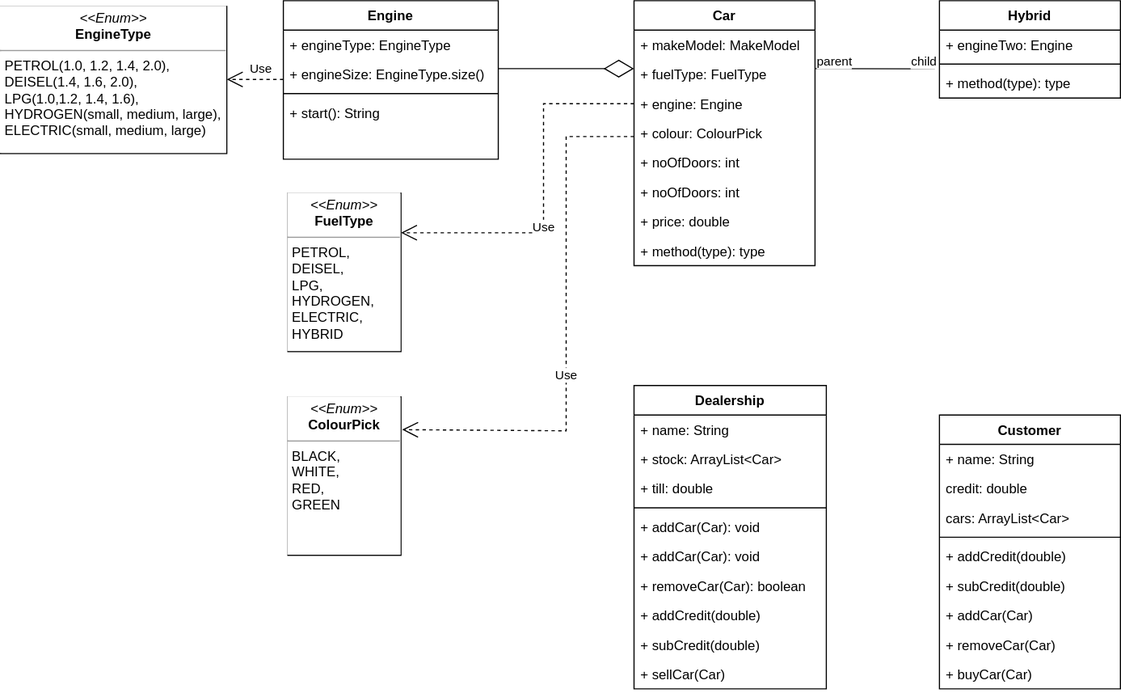
Earlier version of the draw.io export Codeclan Cars - Class Diagram.drawio.svg (Peetfire/W12_D2_Lab_Codeclan_Cars). Source tidied: cells renumbered, new cells last; positions are measured from the earlier drawing's top-left corner, leaving out a move shared by most shapes.
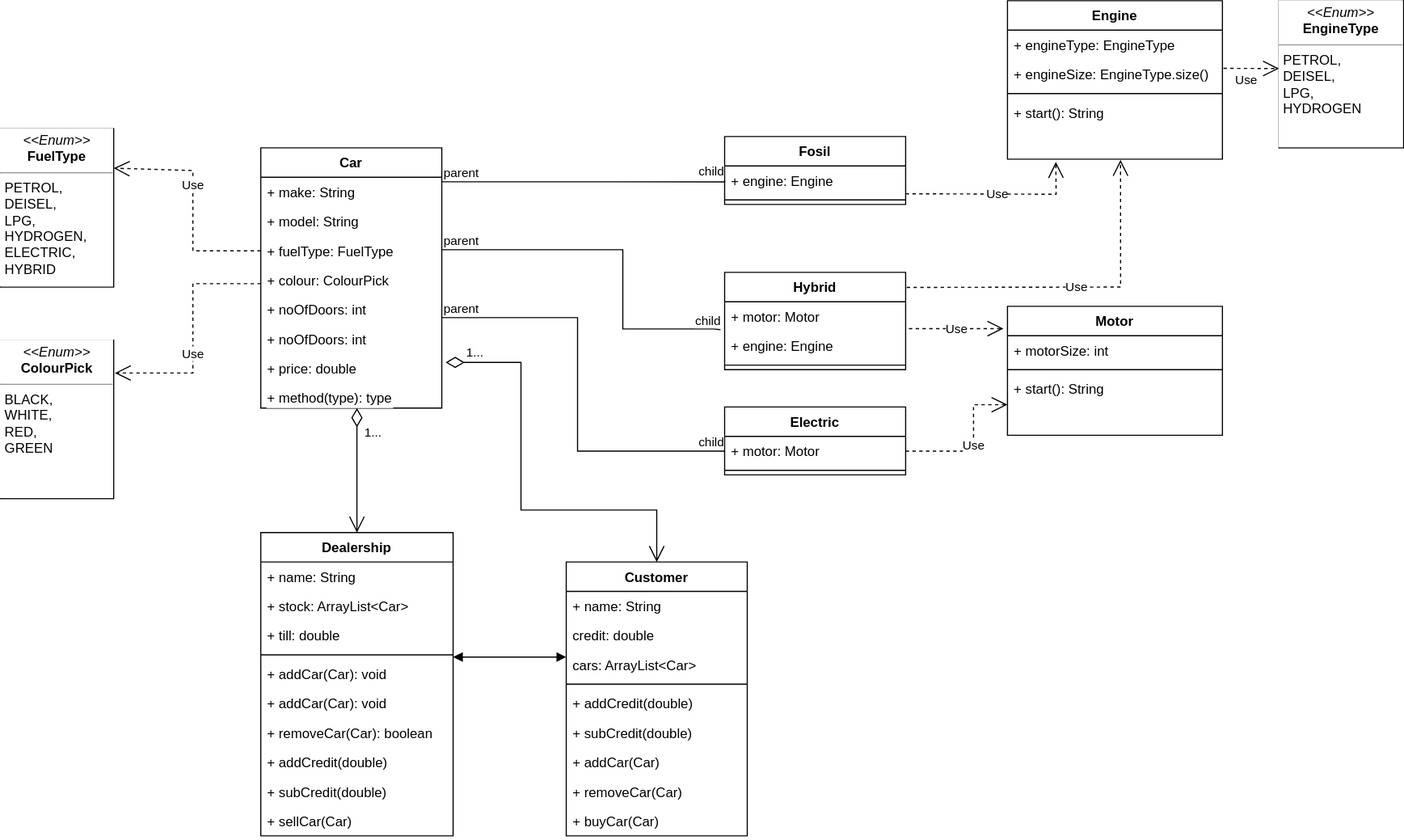
Later version of the same file.

Diff of the diagram source:
```diff
@@ -3,7 +3,7 @@
     <mxCell id="0" />
     <mxCell id="1" parent="0" />
     <mxCell id="2" value="Engine" style="swimlane;fontStyle=1;align=center;verticalAlign=top;horizontal=1;startSize=26;labelBackgroundColor=default;" parent="1" vertex="1">
-      <mxGeometry x="250" width="190" height="140" as="geometry" />
+      <mxGeometry x="1220" y="-130" width="190" height="140" as="geometry" />
     </mxCell>
     <mxCell id="3" value="+ engineType: EngineType" style="text;strokeColor=none;fillColor=none;align=left;verticalAlign=top;spacingLeft=4;spacingRight=4;overflow=hidden;labelBackgroundColor=default;" parent="2" vertex="1">
       <mxGeometry y="26" width="190" height="26" as="geometry" />
@@ -17,30 +17,24 @@
     <mxCell id="6" value="+ start(): String" style="text;strokeColor=none;fillColor=none;align=left;verticalAlign=top;spacingLeft=4;spacingRight=4;overflow=hidden;points=[[0,0.5],[1,0.5]];portConstraint=eastwest;labelBackgroundColor=default;" parent="2" vertex="1">
       <mxGeometry y="86" width="190" height="54" as="geometry" />
     </mxCell>
-    <mxCell id="7" value="&lt;p style=&quot;margin: 0px ; margin-top: 4px ; text-align: center&quot;&gt;&lt;i&gt;&amp;lt;&amp;lt;Enum&amp;gt;&amp;gt;&lt;/i&gt;&lt;br&gt;&lt;b&gt;EngineType&lt;/b&gt;&lt;/p&gt;&lt;hr size=&quot;1&quot;&gt;&lt;p style=&quot;margin: 0px ; margin-left: 4px&quot;&gt;&lt;/p&gt;&lt;p style=&quot;margin: 0px ; margin-left: 4px&quot;&gt;PETROL(1.0, 1.2, 1.4, 2.0),&lt;/p&gt;&lt;p style=&quot;margin: 0px ; margin-left: 4px&quot;&gt;DEISEL(1.4, 1.6, 2.0),&lt;/p&gt;&lt;p style=&quot;margin: 0px ; margin-left: 4px&quot;&gt;LPG(1.0,1.2, 1.4, 1.6),&lt;br&gt;HYDROGEN(small, medium, large),&lt;br&gt;ELECTRIC(small, medium, large)&lt;/p&gt;" style="verticalAlign=top;align=left;overflow=fill;fontSize=12;fontFamily=Helvetica;html=1;labelBackgroundColor=default;" parent="1" vertex="1">
-      <mxGeometry y="5" width="200" height="130" as="geometry" />
+    <mxCell id="7" value="&lt;p style=&quot;margin: 0px ; margin-top: 4px ; text-align: center&quot;&gt;&lt;i&gt;&amp;lt;&amp;lt;Enum&amp;gt;&amp;gt;&lt;/i&gt;&lt;br&gt;&lt;b&gt;EngineType&lt;/b&gt;&lt;/p&gt;&lt;hr size=&quot;1&quot;&gt;&lt;p style=&quot;margin: 0px ; margin-left: 4px&quot;&gt;&lt;/p&gt;&lt;p style=&quot;margin: 0px ; margin-left: 4px&quot;&gt;PETROL,&lt;/p&gt;&lt;p style=&quot;margin: 0px ; margin-left: 4px&quot;&gt;DEISEL,&lt;/p&gt;&lt;p style=&quot;margin: 0px ; margin-left: 4px&quot;&gt;LPG,&lt;br&gt;HYDROGEN&lt;br&gt;&lt;/p&gt;" style="verticalAlign=top;align=left;overflow=fill;fontSize=12;fontFamily=Helvetica;html=1;labelBackgroundColor=default;" parent="1" vertex="1">
+      <mxGeometry x="1460" y="-130" width="110" height="130" as="geometry" />
     </mxCell>
-    <mxCell id="8" value="Use" style="endArrow=open;endSize=12;dashed=1;html=1;rounded=0;labelBackgroundColor=default;" parent="1" edge="1">
-      <mxGeometry x="-0.2" y="-10" relative="1" as="geometry">
-        <mxPoint x="250" y="69.5" as="sourcePoint" />
-        <mxPoint x="200" y="69.5" as="targetPoint" />
-        <Array as="points">
-          <mxPoint x="250" y="69.5" />
-        </Array>
-      </mxGeometry>
+    <mxCell id="8" value="Use" style="endArrow=open;endSize=12;dashed=1;html=1;rounded=0;labelBackgroundColor=default;exitX=1.005;exitY=0.297;exitDx=0;exitDy=0;entryX=0;entryY=0.461;entryDx=0;entryDy=0;entryPerimeter=0;exitPerimeter=0;" parent="1" edge="1" source="4" target="7">
+      <mxGeometry x="-0.2" y="-10" relative="1" as="geometry" />
     </mxCell>
     <mxCell id="9" value="Car" style="swimlane;fontStyle=1;align=center;verticalAlign=top;horizontal=1;startSize=26;labelBackgroundColor=default;" parent="1" vertex="1">
-      <mxGeometry x="560" width="160" height="234" as="geometry" />
+      <mxGeometry x="560" width="160" height="230" as="geometry" />
     </mxCell>
-    <mxCell id="10" value="+ makeModel: MakeModel    " style="text;strokeColor=none;fillColor=none;align=left;verticalAlign=top;spacingLeft=4;spacingRight=4;overflow=hidden;labelBackgroundColor=default;" parent="9" vertex="1">
+    <mxCell id="10" value="+ make: String" style="text;strokeColor=none;fillColor=none;align=left;verticalAlign=top;spacingLeft=4;spacingRight=4;overflow=hidden;labelBackgroundColor=default;" parent="9" vertex="1">
       <mxGeometry y="26" width="160" height="26" as="geometry" />
     </mxCell>
+    <mxCell id="52" value="+ model: String" style="text;strokeColor=none;fillColor=none;align=left;verticalAlign=top;spacingLeft=4;spacingRight=4;overflow=hidden;labelBackgroundColor=default;" parent="9" vertex="1">
+      <mxGeometry y="52" width="160" height="26" as="geometry" />
+    </mxCell>
     <mxCell id="11" value="+ fuelType: FuelType" style="text;strokeColor=none;fillColor=none;align=left;verticalAlign=top;spacingLeft=4;spacingRight=4;overflow=hidden;labelBackgroundColor=default;" parent="9" vertex="1">
-      <mxGeometry y="52" width="160" height="26" as="geometry" />
+      <mxGeometry y="78" width="160" height="26" as="geometry" />
     </mxCell>
-    <mxCell id="12" value="+ engine: Engine" style="text;strokeColor=none;fillColor=none;align=left;verticalAlign=top;spacingLeft=4;spacingRight=4;overflow=hidden;points=[[0,0.5],[1,0.5]];portConstraint=eastwest;labelBackgroundColor=default;" parent="9" vertex="1">
-      <mxGeometry y="78" width="160" height="26" as="geometry" />
-    </mxCell>
     <mxCell id="13" value="+ colour: ColourPick" style="text;strokeColor=none;fillColor=none;align=left;verticalAlign=top;spacingLeft=4;spacingRight=4;overflow=hidden;labelBackgroundColor=default;" parent="9" vertex="1">
       <mxGeometry y="104" width="160" height="26" as="geometry" />
     </mxCell>
@@ -57,37 +51,39 @@
       <mxGeometry y="208" width="160" as="geometry" />
     </mxCell>
     <mxCell id="18" value="+ method(type): type" style="text;strokeColor=none;fillColor=none;align=left;verticalAlign=top;spacingLeft=4;spacingRight=4;overflow=hidden;labelBackgroundColor=default;" parent="9" vertex="1">
-      <mxGeometry y="208" width="160" height="26" as="geometry" />
+      <mxGeometry y="208" width="160" height="22" as="geometry" />
     </mxCell>
     <mxCell id="19" value="Hybrid" style="swimlane;fontStyle=1;align=center;verticalAlign=top;horizontal=1;startSize=26;labelBackgroundColor=default;" parent="1" vertex="1">
-      <mxGeometry x="830" width="160" height="86" as="geometry" />
+      <mxGeometry x="970" y="110" width="160" height="86" as="geometry" />
     </mxCell>
-    <mxCell id="20" value="+ engineTwo: Engine" style="text;strokeColor=none;fillColor=none;align=left;verticalAlign=top;spacingLeft=4;spacingRight=4;overflow=hidden;points=[[0,0.5],[1,0.5]];portConstraint=eastwest;labelBackgroundColor=default;" parent="19" vertex="1">
+    <mxCell id="20" value="+ motor: Motor" style="text;strokeColor=none;fillColor=none;align=left;verticalAlign=top;spacingLeft=4;spacingRight=4;overflow=hidden;points=[[0,0.5],[1,0.5]];portConstraint=eastwest;labelBackgroundColor=default;" parent="19" vertex="1">
       <mxGeometry y="26" width="160" height="26" as="geometry" />
     </mxCell>
+    <mxCell id="53" value="+ engine: Engine" style="text;strokeColor=none;fillColor=none;align=left;verticalAlign=top;spacingLeft=4;spacingRight=4;overflow=hidden;labelBackgroundColor=default;" parent="19" vertex="1">
+      <mxGeometry y="52" width="160" height="26" as="geometry" />
+    </mxCell>
     <mxCell id="21" style="line;strokeWidth=1;fillColor=none;align=left;verticalAlign=middle;spacingTop=-1;spacingLeft=3;spacingRight=3;labelPosition=right;labelBackgroundColor=default;" parent="19" vertex="1">
-      <mxGeometry y="52" width="160" height="8" as="geometry" />
+      <mxGeometry y="78" width="160" height="8" as="geometry" />
     </mxCell>
-    <mxCell id="22" value="+ method(type): type" style="text;strokeColor=none;fillColor=none;align=left;verticalAlign=top;spacingLeft=4;spacingRight=4;overflow=hidden;points=[[0,0.5],[1,0.5]];portConstraint=eastwest;labelBackgroundColor=default;" parent="19" vertex="1">
-      <mxGeometry y="60" width="160" height="26" as="geometry" />
-    </mxCell>
     <mxCell id="23" value="&lt;p style=&quot;margin: 0px ; margin-top: 4px ; text-align: center&quot;&gt;&lt;i&gt;&amp;lt;&amp;lt;Enum&amp;gt;&amp;gt;&lt;/i&gt;&lt;br&gt;&lt;b&gt;FuelType&lt;/b&gt;&lt;/p&gt;&lt;hr size=&quot;1&quot;&gt;&lt;p style=&quot;margin: 0px ; margin-left: 4px&quot;&gt;&lt;/p&gt;&lt;p style=&quot;margin: 0px ; margin-left: 4px&quot;&gt;PETROL,&lt;/p&gt;&lt;p style=&quot;margin: 0px ; margin-left: 4px&quot;&gt;DEISEL,&lt;/p&gt;&lt;p style=&quot;margin: 0px ; margin-left: 4px&quot;&gt;LPG,&lt;br&gt;HYDROGEN,&lt;br&gt;ELECTRIC,&lt;/p&gt;&lt;p style=&quot;margin: 0px ; margin-left: 4px&quot;&gt;HYBRID&lt;/p&gt;" style="verticalAlign=top;align=left;overflow=fill;fontSize=12;fontFamily=Helvetica;html=1;labelBackgroundColor=default;" parent="1" vertex="1">
-      <mxGeometry x="254" y="170" width="100" height="140" as="geometry" />
+      <mxGeometry x="330" y="-17" width="100" height="140" as="geometry" />
     </mxCell>
-    <mxCell id="24" value="Use" style="endArrow=open;endSize=12;dashed=1;html=1;rounded=0;entryX=1;entryY=0.25;entryDx=0;entryDy=0;exitX=0;exitY=0.5;exitDx=0;exitDy=0;labelBackgroundColor=default;" parent="1" edge="1" source="12" target="23">
+    <mxCell id="24" value="Use" style="endArrow=open;endSize=12;dashed=1;html=1;rounded=0;entryX=1;entryY=0.25;entryDx=0;entryDy=0;exitX=0;exitY=0.5;exitDx=0;exitDy=0;labelBackgroundColor=default;" parent="1" edge="1" target="23">
       <mxGeometry x="0.17" relative="1" as="geometry">
+        <mxPoint x="560" y="91" as="sourcePoint" />
         <Array as="points">
-          <mxPoint x="480" y="91" />
-          <mxPoint x="480" y="205" />
+          <mxPoint x="500" y="91" />
+          <mxPoint x="500" y="20" />
         </Array>
       </mxGeometry>
     </mxCell>
-    <mxCell id="25" style="endArrow=none;html=1;edgeStyle=orthogonalEdgeStyle;rounded=0;entryX=-0.025;entryY=0;entryDx=0;entryDy=0;entryPerimeter=0;labelBackgroundColor=default;" parent="1" edge="1" target="22">
+    <mxCell id="25" style="endArrow=none;html=1;edgeStyle=orthogonalEdgeStyle;rounded=0;labelBackgroundColor=default;entryX=-0.023;entryY=0.948;entryDx=0;entryDy=0;entryPerimeter=0;" parent="1" edge="1" target="20">
       <mxGeometry relative="1" as="geometry">
-        <mxPoint x="720" y="60" as="sourcePoint" />
+        <mxPoint x="720" y="90" as="sourcePoint" />
         <Array as="points">
-          <mxPoint x="810" y="60" />
-          <mxPoint x="810" y="60" />
+          <mxPoint x="880" y="90" />
+          <mxPoint x="880" y="160" />
+          <mxPoint x="960" y="160" />
         </Array>
       </mxGeometry>
     </mxCell>
@@ -98,14 +94,14 @@
       <mxGeometry x="1" relative="1" as="geometry" />
     </mxCell>
     <mxCell id="28" value="&lt;p style=&quot;margin: 0px ; margin-top: 4px ; text-align: center&quot;&gt;&lt;i&gt;&amp;lt;&amp;lt;Enum&amp;gt;&amp;gt;&lt;/i&gt;&lt;br&gt;&lt;b&gt;ColourPick&lt;/b&gt;&lt;/p&gt;&lt;hr size=&quot;1&quot;&gt;&lt;p style=&quot;margin: 0px ; margin-left: 4px&quot;&gt;&lt;/p&gt;&lt;p style=&quot;margin: 0px ; margin-left: 4px&quot;&gt;BLACK,&lt;/p&gt;&lt;p style=&quot;margin: 0px ; margin-left: 4px&quot;&gt;WHITE,&lt;/p&gt;&lt;p style=&quot;margin: 0px ; margin-left: 4px&quot;&gt;RED,&lt;/p&gt;&lt;p style=&quot;margin: 0px ; margin-left: 4px&quot;&gt;GREEN&lt;/p&gt;" style="verticalAlign=top;align=left;overflow=fill;fontSize=12;fontFamily=Helvetica;html=1;labelBackgroundColor=default;" parent="1" vertex="1">
-      <mxGeometry x="254" y="350" width="100" height="140" as="geometry" />
+      <mxGeometry x="330" y="170" width="100" height="140" as="geometry" />
     </mxCell>
     <mxCell id="29" value="Use" style="endArrow=open;endSize=12;dashed=1;html=1;rounded=0;entryX=1.01;entryY=0.207;entryDx=0;entryDy=0;entryPerimeter=0;labelBackgroundColor=default;" parent="1" edge="1" target="28">
       <mxGeometry x="0.17" relative="1" as="geometry">
         <mxPoint x="560" y="120" as="sourcePoint" />
         <Array as="points">
           <mxPoint x="500" y="120" />
-          <mxPoint x="500" y="380" />
+          <mxPoint x="500" y="199" />
         </Array>
       </mxGeometry>
     </mxCell>
@@ -172,11 +168,112 @@
     <mxCell id="50" value="+ sellCar(Car)" style="text;strokeColor=none;fillColor=none;align=left;verticalAlign=top;spacingLeft=4;spacingRight=4;overflow=hidden;labelBackgroundColor=default;" parent="40" vertex="1">
       <mxGeometry y="242" width="170" height="26" as="geometry" />
     </mxCell>
-    <mxCell id="51" style="endArrow=diamondThin;endFill=0;endSize=24;html=1;rounded=0;labelBackgroundColor=default;" parent="1" edge="1">
-      <mxGeometry relative="1" as="geometry">
-        <mxPoint x="440" y="60" as="sourcePoint" />
-        <mxPoint x="560" y="60" as="targetPoint" />
-      </mxGeometry>
-    </mxCell>
+    <mxCell id="54" value="1..." style="endArrow=open;html=1;endSize=12;startArrow=diamondThin;startSize=14;startFill=0;edgeStyle=orthogonalEdgeStyle;align=left;verticalAlign=bottom;rounded=0;labelBackgroundColor=default;entryX=0.5;entryY=0;entryDx=0;entryDy=0;" parent="1" edge="1" target="40">
+      <mxGeometry x="-0.45" y="5" relative="1" as="geometry">
+        <mxPoint x="645" y="230" as="sourcePoint" />
+      </mxGeometry>
+    </mxCell>
+    <mxCell id="55" value="1..." style="endArrow=open;html=1;endSize=12;startArrow=diamondThin;startSize=14;startFill=0;edgeStyle=orthogonalEdgeStyle;align=left;verticalAlign=bottom;rounded=0;labelBackgroundColor=default;entryX=0.5;entryY=0;entryDx=0;entryDy=0;exitX=1.021;exitY=0.293;exitDx=0;exitDy=0;exitPerimeter=0;" parent="1" edge="1" source="16">
+      <mxGeometry x="-0.91" relative="1" as="geometry">
+        <mxPoint x="910" y="366" as="targetPoint" />
+        <Array as="points">
+          <mxPoint x="790" y="190" />
+          <mxPoint x="790" y="320" />
+          <mxPoint x="910" y="320" />
+        </Array>
+      </mxGeometry>
+    </mxCell>
+    <mxCell id="56" style="endArrow=block;startArrow=block;endFill=1;startFill=1;html=1;rounded=0;labelBackgroundColor=default;" parent="1" edge="1">
+      <mxGeometry relative="1" as="geometry">
+        <mxPoint x="730" y="450" as="sourcePoint" />
+        <mxPoint x="830" y="450" as="targetPoint" />
+      </mxGeometry>
+    </mxCell>
+    <mxCell id="57" value="Motor" style="swimlane;fontStyle=1;align=center;verticalAlign=top;horizontal=1;startSize=26;labelBackgroundColor=default;" parent="1" vertex="1">
+      <mxGeometry x="1220" y="140" width="190" height="114" as="geometry" />
+    </mxCell>
+    <mxCell id="58" value="+ motorSize: int" style="text;strokeColor=none;fillColor=none;align=left;verticalAlign=top;spacingLeft=4;spacingRight=4;overflow=hidden;labelBackgroundColor=default;" parent="57" vertex="1">
+      <mxGeometry y="26" width="190" height="26" as="geometry" />
+    </mxCell>
+    <mxCell id="59" style="line;strokeWidth=1;fillColor=none;align=left;verticalAlign=middle;spacingTop=-1;spacingLeft=3;spacingRight=3;labelPosition=right;labelBackgroundColor=default;" parent="57" vertex="1">
+      <mxGeometry y="52" width="190" height="8" as="geometry" />
+    </mxCell>
+    <mxCell id="60" value="+ start(): String" style="text;strokeColor=none;fillColor=none;align=left;verticalAlign=top;spacingLeft=4;spacingRight=4;overflow=hidden;points=[[0,0.5],[1,0.5]];portConstraint=eastwest;labelBackgroundColor=default;" parent="57" vertex="1">
+      <mxGeometry y="60" width="190" height="54" as="geometry" />
+    </mxCell>
+    <mxCell id="61" value="Electric" style="swimlane;fontStyle=1;align=center;verticalAlign=top;horizontal=1;startSize=26;labelBackgroundColor=default;" parent="1" vertex="1">
+      <mxGeometry x="970" y="229" width="160" height="60" as="geometry" />
+    </mxCell>
+    <mxCell id="62" value="+ motor: Motor" style="text;strokeColor=none;fillColor=none;align=left;verticalAlign=top;spacingLeft=4;spacingRight=4;overflow=hidden;points=[[0,0.5],[1,0.5]];portConstraint=eastwest;labelBackgroundColor=default;" parent="61" vertex="1">
+      <mxGeometry y="26" width="160" height="26" as="geometry" />
+    </mxCell>
+    <mxCell id="63" style="line;strokeWidth=1;fillColor=none;align=left;verticalAlign=middle;spacingTop=-1;spacingLeft=3;spacingRight=3;labelPosition=right;labelBackgroundColor=default;" parent="61" vertex="1">
+      <mxGeometry y="52" width="160" height="8" as="geometry" />
+    </mxCell>
+    <mxCell id="64" style="endArrow=none;html=1;edgeStyle=orthogonalEdgeStyle;rounded=0;labelBackgroundColor=default;entryX=0;entryY=0.5;entryDx=0;entryDy=0;" parent="1" edge="1" target="62">
+      <mxGeometry relative="1" as="geometry">
+        <mxPoint x="720" y="150" as="sourcePoint" />
+        <Array as="points">
+          <mxPoint x="840" y="150" />
+          <mxPoint x="840" y="268" />
+        </Array>
+      </mxGeometry>
+    </mxCell>
+    <mxCell id="65" value="parent" style="edgeLabel;html=1;align=left;verticalAlign=bottom;labelBackgroundColor=default;" parent="64" vertex="1">
+      <mxGeometry x="-1" relative="1" as="geometry" />
+    </mxCell>
+    <mxCell id="66" value="child" style="edgeLabel;html=1;align=right;verticalAlign=bottom;labelBackgroundColor=default;" parent="64" vertex="1">
+      <mxGeometry x="1" relative="1" as="geometry" />
+    </mxCell>
+    <mxCell id="67" value="Use" style="endArrow=open;endSize=12;dashed=1;html=1;rounded=0;labelBackgroundColor=default;entryX=-0.019;entryY=0.173;entryDx=0;entryDy=0;entryPerimeter=0;exitX=1.018;exitY=0.913;exitDx=0;exitDy=0;exitPerimeter=0;" parent="1" edge="1" source="20" target="57">
+      <mxGeometry relative="1" as="geometry" />
+    </mxCell>
+    <mxCell id="68" value="Use" style="endArrow=open;endSize=12;dashed=1;html=1;rounded=0;labelBackgroundColor=default;entryX=0;entryY=0.5;entryDx=0;entryDy=0;exitX=1;exitY=0.5;exitDx=0;exitDy=0;" parent="1" edge="1" source="62" target="60">
+      <mxGeometry relative="1" as="geometry">
+        <Array as="points">
+          <mxPoint x="1190" y="268" />
+          <mxPoint x="1190" y="227" />
+        </Array>
+      </mxGeometry>
+    </mxCell>
+    <mxCell id="69" value="Fosil" style="swimlane;fontStyle=1;align=center;verticalAlign=top;horizontal=1;startSize=26;labelBackgroundColor=default;" parent="1" vertex="1">
+      <mxGeometry x="970" y="-10" width="160" height="60" as="geometry" />
+    </mxCell>
+    <mxCell id="70" value="+ engine: Engine" style="text;strokeColor=none;fillColor=none;align=left;verticalAlign=top;spacingLeft=4;spacingRight=4;overflow=hidden;labelBackgroundColor=default;" parent="69" vertex="1">
+      <mxGeometry y="26" width="160" height="26" as="geometry" />
+    </mxCell>
+    <mxCell id="71" style="line;strokeWidth=1;fillColor=none;align=left;verticalAlign=middle;spacingTop=-1;spacingLeft=3;spacingRight=3;labelPosition=right;labelBackgroundColor=default;" parent="69" vertex="1">
+      <mxGeometry y="52" width="160" height="8" as="geometry" />
+    </mxCell>
+    <mxCell id="72" value="Use" style="endArrow=open;endSize=12;dashed=1;html=1;rounded=0;labelBackgroundColor=default;entryX=0.526;entryY=1.012;entryDx=0;entryDy=0;entryPerimeter=0;exitX=1.006;exitY=0.155;exitDx=0;exitDy=0;exitPerimeter=0;" parent="1" edge="1" source="19" target="6">
+      <mxGeometry relative="1" as="geometry">
+        <Array as="points">
+          <mxPoint x="1320" y="123" />
+        </Array>
+      </mxGeometry>
+    </mxCell>
+    <mxCell id="73" value="Use" style="endArrow=open;endSize=12;dashed=1;html=1;rounded=0;labelBackgroundColor=default;exitX=1.023;exitY=0.808;exitDx=0;exitDy=0;exitPerimeter=0;entryX=0.225;entryY=1.045;entryDx=0;entryDy=0;entryPerimeter=0;" parent="1" edge="1" target="6">
+      <mxGeometry relative="1" as="geometry">
+        <mxPoint x="1130" y="40.6" as="sourcePoint" />
+        <Array as="points">
+          <mxPoint x="1263" y="41" />
+        </Array>
+      </mxGeometry>
+    </mxCell>
+    <mxCell id="74" style="endArrow=none;html=1;edgeStyle=orthogonalEdgeStyle;rounded=0;labelBackgroundColor=default;entryX=0;entryY=0.5;entryDx=0;entryDy=0;" parent="1" edge="1">
+      <mxGeometry relative="1" as="geometry">
+        <mxPoint x="720" y="30" as="sourcePoint" />
+        <mxPoint x="970" y="29" as="targetPoint" />
+        <Array as="points">
+          <mxPoint x="970" y="30" />
+        </Array>
+      </mxGeometry>
+    </mxCell>
+    <mxCell id="75" value="parent" style="edgeLabel;html=1;align=left;verticalAlign=bottom;labelBackgroundColor=default;" parent="74" vertex="1">
+      <mxGeometry x="-1" relative="1" as="geometry" />
+    </mxCell>
+    <mxCell id="76" value="child" style="edgeLabel;html=1;align=right;verticalAlign=bottom;labelBackgroundColor=default;" parent="74" vertex="1">
+      <mxGeometry x="1" relative="1" as="geometry" />
+    </mxCell>
   </root>
 </mxGraphModel>
```
